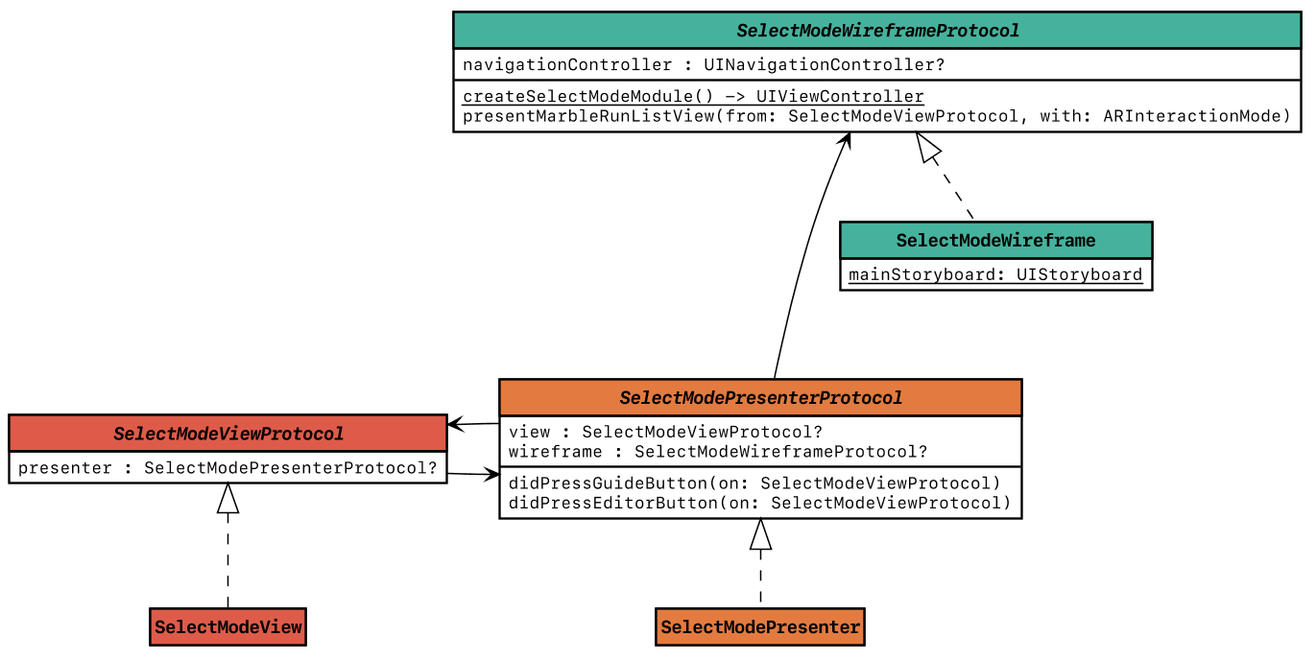
eduDorus/PAWI keeps this PlantUML diagram as doc/images/classes-selectmode.png. Above is the earlier version.
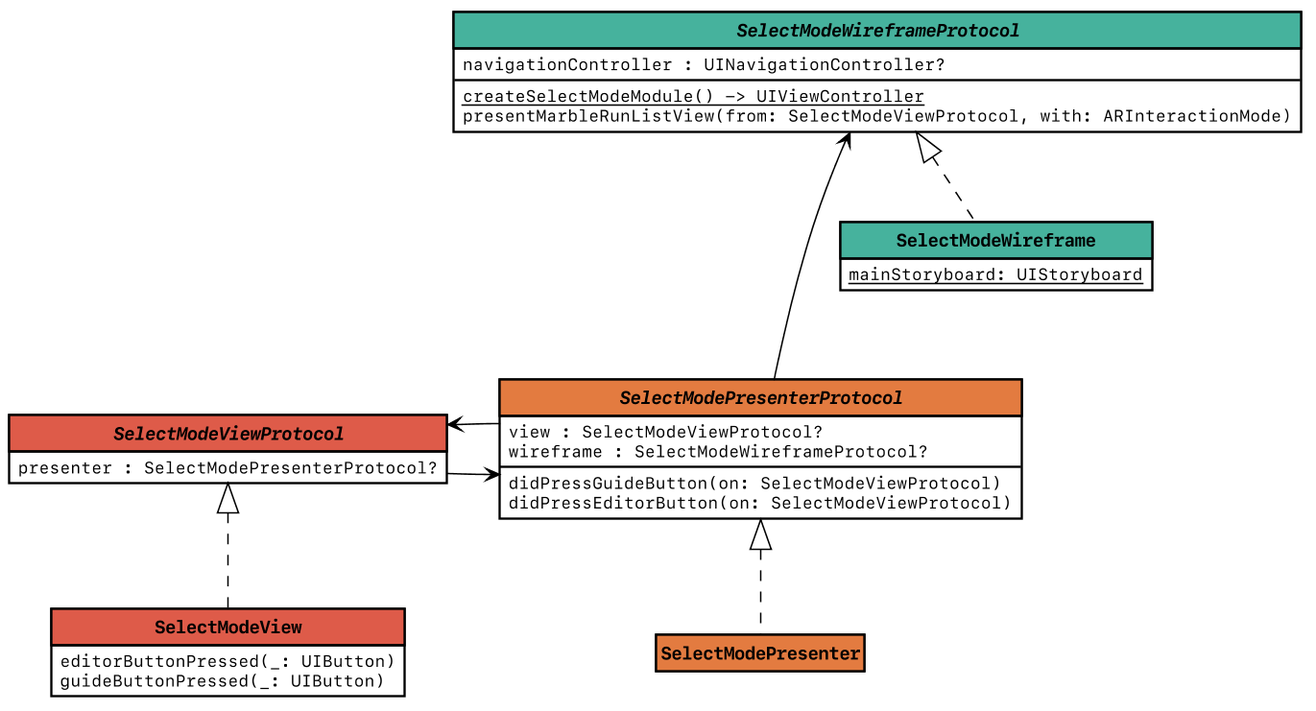
Above is the later version.

Commit message:
add text about SelectMode

What changed in the source:
```diff
@@ -51,7 +51,10 @@
 class SelectModeWireframe <<Wireframe>> {
     {static} mainStoryboard: UIStoryboard
 }
-class SelectModeView <<View>>
+class SelectModeView <<View>> {
+    editorButtonPressed(_: UIButton)
+    guideButtonPressed(_: UIButton)
+}
 class SelectModePresenter <<Presenter>>
 
 
```
